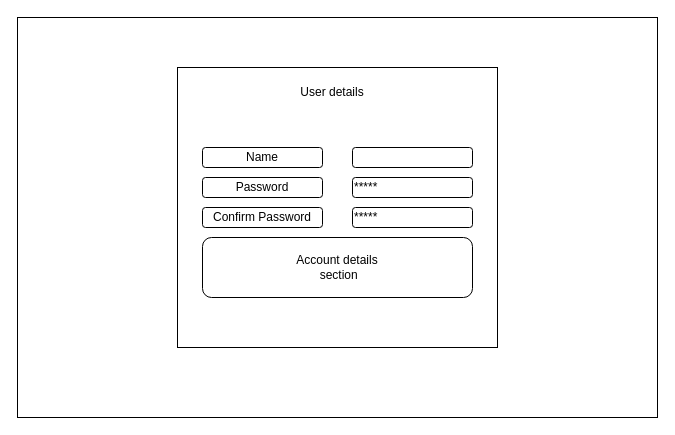
Before: Registration_page.drawio in malshan1998/draw.io, a draw.io diagram. Source tidied: cells renumbered, new cells numbered last; positions are measured from the earlier drawing's top-left corner, leaving out a move shared by most shapes. Both pictures are drawn from the tidied source at 100%, with x=0, y=0 at pixel (17, 17).
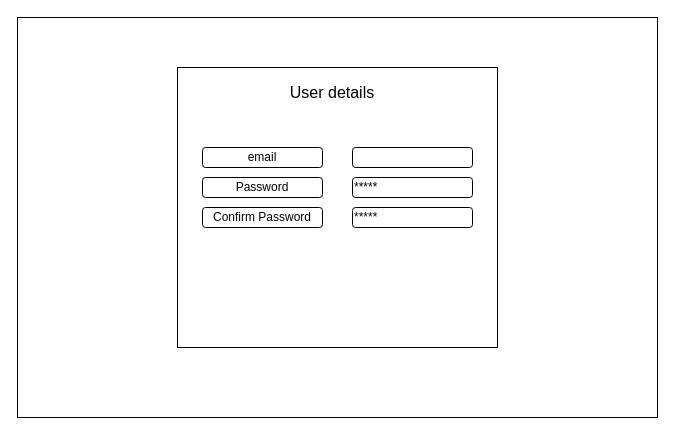
Above is the later version.

What changed in the source:
```diff
@@
 <mxGraphModel>
   <root>
     <mxCell id="0" />
     <mxCell id="1" parent="0" />
     <mxCell id="2" style="rounded=0;whiteSpace=wrap;html=1;fillColor=none;" parent="1" vertex="1">
       <mxGeometry width="640" height="400" as="geometry" />
     </mxCell>
     <mxCell id="3" style="rounded=0;whiteSpace=wrap;html=1;fillColor=none;" parent="1" vertex="1">
       <mxGeometry x="160" y="50" width="320" height="280" as="geometry" />
     </mxCell>
     <mxCell id="4" style="rounded=1;whiteSpace=wrap;html=1;" parent="1" vertex="1">
       <mxGeometry x="335" y="130" width="120" height="20" as="geometry" />
     </mxCell>
     <mxCell id="5" value="&lt;div align=&quot;left&quot;&gt;*****&lt;/div&gt;" style="rounded=1;whiteSpace=wrap;html=1;align=left;" parent="1" vertex="1">
       <mxGeometry x="335" y="160" width="120" height="20" as="geometry" />
     </mxCell>
     <mxCell id="6" value="&lt;div align=&quot;left&quot;&gt;*****&lt;/div&gt;" style="rounded=1;whiteSpace=wrap;html=1;align=left;" parent="1" vertex="1">
       <mxGeometry x="335" y="190" width="120" height="20" as="geometry" />
     </mxCell>
-    <mxCell id="7" value="User details" style="rounded=0;whiteSpace=wrap;html=1;fillColor=none;strokeColor=none;" parent="1" vertex="1">
+    <mxCell id="7" value="User details" style="rounded=0;whiteSpace=wrap;html=1;fillColor=none;strokeColor=none;fontSize=16;" parent="1" vertex="1">
       <mxGeometry x="255" y="60" width="120" height="30" as="geometry" />
     </mxCell>
     <mxCell id="8" value="Password" style="rounded=1;whiteSpace=wrap;html=1;fillColor=none;" parent="1" vertex="1">
       <mxGeometry x="185" y="160" width="120" height="20" as="geometry" />
     </mxCell>
     <mxCell id="9" value="Confirm Password" style="rounded=1;whiteSpace=wrap;html=1;fillColor=none;" parent="1" vertex="1">
       <mxGeometry x="185" y="190" width="120" height="20" as="geometry" />
     </mxCell>
-    <mxCell id="10" value="&lt;div align=&quot;left&quot;&gt;Account details&lt;br&gt;&lt;/div&gt;&amp;nbsp;section" style="rounded=1;whiteSpace=wrap;html=1;fillColor=none;" parent="1" vertex="1">
-      <mxGeometry x="185" y="220" width="270" height="60" as="geometry" />
-    </mxCell>
-    <mxCell id="11" value="Name" style="rounded=1;whiteSpace=wrap;html=1;fillColor=none;" parent="1" vertex="1">
+    <mxCell id="11" value="email" style="rounded=1;whiteSpace=wrap;html=1;fillColor=none;" parent="1" vertex="1">
       <mxGeometry x="185" y="130" width="120" height="20" as="geometry" />
     </mxCell>
   </root>
 </mxGraphModel>
```
